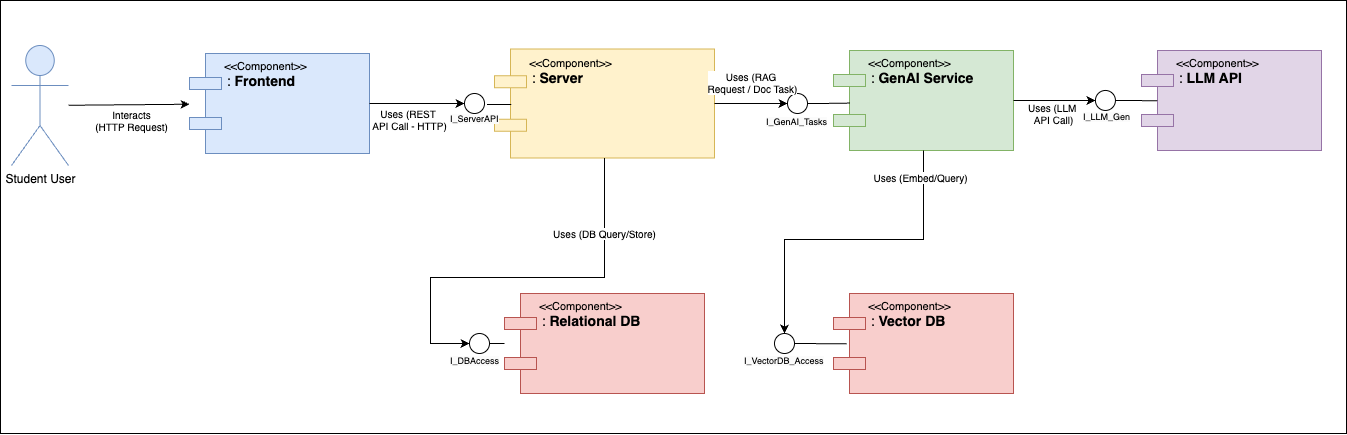
The draw.io diagram docs/component-diagram.png in AET-DevOps25/team-LECture-bot, before a commit. Source tidied: cells renumbered, new cells last; positions are measured from the earlier drawing's top-left corner, leaving out a move shared by most shapes.
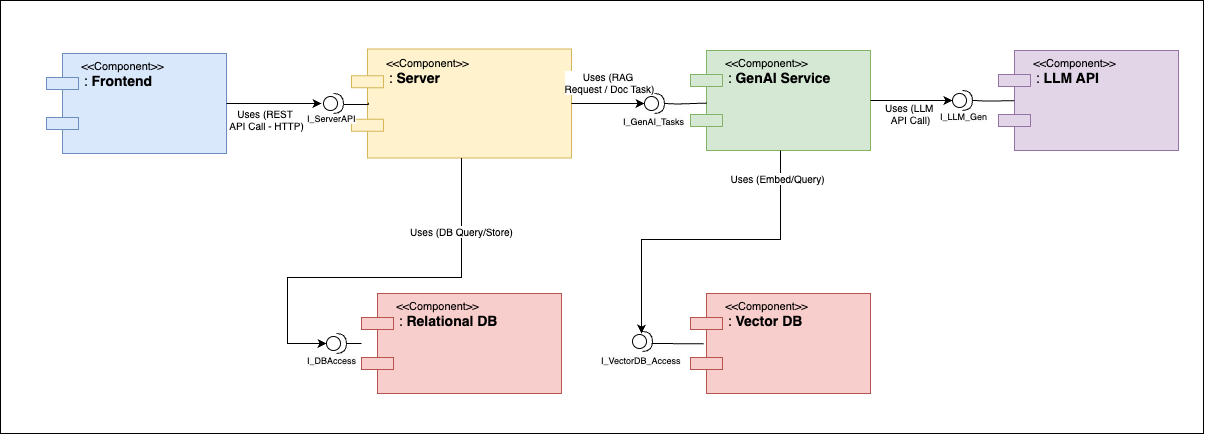
The same file after the commit.

Commit message:
docs: add interfaces symbols and remove users

#3

Change to the diagram source:
```diff
@@ -3,11 +3,8 @@
     <mxCell id="0" />
     <mxCell id="1" parent="0" />
     <mxCell id="2" style="rounded=0;whiteSpace=wrap;html=1;" parent="1" vertex="1">
-      <mxGeometry width="1346" height="433" as="geometry" />
+      <mxGeometry x="143" width="1203" height="433" as="geometry" />
     </mxCell>
-    <mxCell id="3" value="Student User" style="shape=umlActor;verticalLabelPosition=bottom;verticalAlign=top;html=1;outlineConnect=0;fillColor=#dae8fc;strokeColor=#6c8ebf;" parent="1" vertex="1">
-      <mxGeometry x="11" y="45" width="57" height="120" as="geometry" />
-    </mxCell>
     <mxCell id="4" value="&amp;nbsp; &amp;nbsp;&amp;lt;&amp;lt;Component&amp;gt;&amp;gt;&lt;div style=&quot;text-align: right; margin-right: 4px;&quot;&gt;&lt;/div&gt;&lt;div&gt;&lt;font style=&quot;font-size: 14px;&quot;&gt;&amp;nbsp; &amp;nbsp;: &lt;b style=&quot;&quot;&gt;Frontend&lt;/b&gt;&lt;/font&gt;&lt;/div&gt;" style="shape=component;whiteSpace=wrap;html=1;align=left;spacingLeft=24;fillColor=#dae8fc;strokeColor=#6c8ebf;verticalAlign=top;fontSize=11;" parent="1" vertex="1">
       <mxGeometry x="189" y="53" width="180" height="100" as="geometry" />
     </mxCell>
@@ -26,29 +23,14 @@
     <mxCell id="9" value="&lt;span style=&quot;color: rgb(0, 0, 0);&quot;&gt;&amp;nbsp; &amp;nbsp;&amp;lt;&amp;lt;Component&amp;gt;&amp;gt;&lt;/span&gt;&lt;div style=&quot;scrollbar-color: light-dark(#e2e2e2, #4b4b4b)&lt;br/&gt;&#9;&#9;&#9;&#9;&#9;light-dark(#fbfbfb, var(--dark-panel-color)); text-align: right; margin-right: 4px;&quot;&gt;&lt;/div&gt;&lt;div style=&quot;scrollbar-color: light-dark(#e2e2e2, #4b4b4b)&lt;br/&gt;&#9;&#9;&#9;&#9;&#9;light-dark(#fbfbfb, var(--dark-panel-color));&quot;&gt;&lt;font style=&quot;scrollbar-color: light-dark(#e2e2e2, #4b4b4b)&lt;br/&gt;&#9;&#9;&#9;&#9;&#9;light-dark(#fbfbfb, var(--dark-panel-color)); font-size: 14px;&quot;&gt;&amp;nbsp; &amp;nbsp;:&amp;nbsp;&lt;b style=&quot;scrollbar-color: light-dark(#e2e2e2, #4b4b4b)&lt;br/&gt;&#9;&#9;&#9;&#9;&#9;light-dark(#fbfbfb, var(--dark-panel-color));&quot;&gt;LLM API&lt;/b&gt;&lt;/font&gt;&lt;/div&gt;&lt;div style=&quot;text-align: right; margin-right: 4px;&quot;&gt;&lt;/div&gt;" style="shape=component;whiteSpace=wrap;html=1;align=left;spacingLeft=24;fillColor=#e1d5e7;strokeColor=#9673a6;verticalAlign=top;fontSize=11;" parent="1" vertex="1">
       <mxGeometry x="1141" y="50" width="180" height="100" as="geometry" />
     </mxCell>
-    <mxCell id="10" style="shape=ellipse;perimeter=ellipsePerimeter;whiteSpace=wrap;html=1;align=center;fontSize=9;fillColor=#FFFFFF;strokeColor=#000000;width=20;height=20;" parent="1" vertex="1">
-      <mxGeometry x="464" y="93" width="20" height="20" as="geometry" />
-    </mxCell>
-    <mxCell id="11" style="shape=ellipse;perimeter=ellipsePerimeter;whiteSpace=wrap;html=1;align=center;fontSize=9;fillColor=#FFFFFF;strokeColor=#000000;width=20;height=20;" parent="1" vertex="1">
-      <mxGeometry x="469" y="333" width="20" height="20" as="geometry" />
-    </mxCell>
-    <mxCell id="12" style="shape=ellipse;perimeter=ellipsePerimeter;whiteSpace=wrap;html=1;align=center;fontSize=9;fillColor=#FFFFFF;strokeColor=#000000;width=20;height=20;" parent="1" vertex="1">
-      <mxGeometry x="787" y="93" width="20" height="20" as="geometry" />
-    </mxCell>
-    <mxCell id="13" style="shape=ellipse;perimeter=ellipsePerimeter;whiteSpace=wrap;html=1;align=center;fontSize=9;fillColor=#FFFFFF;strokeColor=#000000;width=20;height=20;" parent="1" vertex="1">
-      <mxGeometry x="774" y="333" width="20" height="20" as="geometry" />
-    </mxCell>
-    <mxCell id="14" style="shape=ellipse;perimeter=ellipsePerimeter;whiteSpace=wrap;html=1;align=center;fontSize=9;fillColor=#FFFFFF;strokeColor=#000000;width=20;height=20;" parent="1" vertex="1">
-      <mxGeometry x="1094.9" y="90" width="20" height="20" as="geometry" />
-    </mxCell>
-    <mxCell id="15" value="Interacts&lt;div&gt;(HTTP Request)&lt;/div&gt;" style="endArrow=classic;html=1;rounded=0;fontSize=10;" parent="1" edge="1" source="3" target="4">
-      <mxGeometry x="0.02" y="-16" relative="1" as="geometry" />
-    </mxCell>
-    <mxCell id="16" value="Uses (REST&amp;nbsp;&lt;div&gt;API Call - HTTP)&lt;/div&gt;" style="endArrow=classic;html=1;rounded=0;entryX=0;entryY=0.5;entryDx=0;entryDy=0;exitX=1;exitY=0.5;exitDx=0;exitDy=0;fontSize=10;" parent="1" edge="1" source="4" target="10">
-      <mxGeometry x="-0.16" y="-16" relative="1" as="geometry" />
+    <mxCell id="16" value="Uses (REST&amp;nbsp;&lt;div&gt;API Call - HTTP)&lt;/div&gt;" style="endArrow=classic;html=1;rounded=0;entryX=0;entryY=0.5;entryDx=0;entryDy=0;exitX=1;exitY=0.5;exitDx=0;exitDy=0;fontSize=10;" parent="1" edge="1" source="4">
+      <mxGeometry x="-0.16" y="-16" relative="1" as="geometry">
+        <mxPoint x="464" y="103" as="targetPoint" />
+      </mxGeometry>
     </mxCell>
-    <mxCell id="17" value="Uses (DB Query/Store)" style="endArrow=classic;html=1;rounded=0;exitX=0.5;exitY=1;exitDx=0;exitDy=0;entryX=0;entryY=0.5;entryDx=0;entryDy=0;fontSize=10;edgeStyle=orthogonalEdgeStyle;" parent="1" edge="1" source="5" target="11">
+    <mxCell id="17" value="Uses (DB Query/Store)" style="endArrow=classic;html=1;rounded=0;exitX=0.5;exitY=1;exitDx=0;exitDy=0;entryX=0;entryY=0.5;entryDx=0;entryDy=0;fontSize=10;edgeStyle=orthogonalEdgeStyle;" parent="1" edge="1" source="5">
       <mxGeometry x="-0.63" relative="1" as="geometry">
+        <mxPoint x="469" y="343" as="targetPoint" />
         <Array as="points">
           <mxPoint x="604" y="277" />
           <mxPoint x="430" y="277" />
@@ -56,19 +38,24 @@
         </Array>
       </mxGeometry>
     </mxCell>
-    <mxCell id="18" value="Uses (RAG&amp;nbsp;&lt;div&gt;Request / Doc Task)&lt;/div&gt;" style="endArrow=classic;html=1;rounded=0;exitX=1;exitY=0.5;exitDx=0;exitDy=0;entryX=0;entryY=0.5;entryDx=0;entryDy=0;fontSize=10;edgeStyle=orthogonalEdgeStyle;" parent="1" edge="1" source="5" target="12">
-      <mxGeometry x="0.04" y="21" relative="1" as="geometry" />
+    <mxCell id="18" value="Uses (RAG&amp;nbsp;&lt;div&gt;Request / Doc Task)&lt;/div&gt;" style="endArrow=classic;html=1;rounded=0;exitX=1;exitY=0.5;exitDx=0;exitDy=0;entryX=0;entryY=0.5;entryDx=0;entryDy=0;fontSize=10;edgeStyle=orthogonalEdgeStyle;" parent="1" edge="1" source="5">
+      <mxGeometry x="0.04" y="21" relative="1" as="geometry">
+        <mxPoint x="787" y="103" as="targetPoint" />
+      </mxGeometry>
     </mxCell>
-    <mxCell id="19" value="Uses (Embed/Query)" style="endArrow=classic;html=1;rounded=0;exitX=0.5;exitY=1;exitDx=0;exitDy=0;entryX=0.5;entryY=0;entryDx=0;entryDy=0;fontSize=10;edgeStyle=orthogonalEdgeStyle;" parent="1" edge="1" source="6" target="13">
+    <mxCell id="19" value="Uses (Embed/Query)" style="endArrow=classic;html=1;rounded=0;exitX=0.5;exitY=1;exitDx=0;exitDy=0;entryX=0.5;entryY=0;entryDx=0;entryDy=0;fontSize=10;edgeStyle=orthogonalEdgeStyle;" parent="1" edge="1" source="6">
       <mxGeometry x="-0.82" y="-3" relative="1" as="geometry">
+        <mxPoint x="784" y="333" as="targetPoint" />
         <Array as="points">
           <mxPoint x="923" y="239" />
           <mxPoint x="784" y="239" />
         </Array>
       </mxGeometry>
     </mxCell>
-    <mxCell id="20" value="Uses (LLM&amp;nbsp;&lt;div&gt;API Call)&lt;/div&gt;" style="endArrow=classic;html=1;rounded=0;exitX=1;exitY=0.5;exitDx=0;exitDy=0;entryX=0;entryY=0.5;entryDx=0;entryDy=0;fontSize=10;" parent="1" edge="1" source="6" target="14">
-      <mxGeometry x="-0.02" y="-13" relative="1" as="geometry" />
+    <mxCell id="20" value="Uses (LLM&amp;nbsp;&lt;div&gt;API Call)&lt;/div&gt;" style="endArrow=classic;html=1;rounded=0;exitX=1;exitY=0.5;exitDx=0;exitDy=0;entryX=0;entryY=0.5;entryDx=0;entryDy=0;fontSize=10;" parent="1" edge="1" source="6">
+      <mxGeometry x="-0.02" y="-13" relative="1" as="geometry">
+        <mxPoint x="1094.9" y="100" as="targetPoint" />
+      </mxGeometry>
     </mxCell>
     <mxCell id="21" style="endArrow=none;html=1;rounded=0;fontSize=10;entryX=0.076;entryY=0.492;entryDx=0;entryDy=0;exitX=0.5;exitY=0;exitDx=0;exitDy=0;edgeStyle=orthogonalEdgeStyle;entryPerimeter=0;" parent="1" edge="1" source="28" target="5">
       <mxGeometry relative="1" as="geometry">
@@ -77,17 +64,25 @@
         </Array>
       </mxGeometry>
     </mxCell>
-    <mxCell id="22" style="endArrow=none;html=1;rounded=0;fontSize=10;entryX=0;entryY=0.5;entryDx=0;entryDy=0;exitX=1;exitY=0.5;exitDx=0;exitDy=0;" parent="1" edge="1" source="11" target="7">
-      <mxGeometry relative="1" as="geometry" />
+    <mxCell id="22" style="endArrow=none;html=1;rounded=0;fontSize=10;entryX=0;entryY=0.5;entryDx=0;entryDy=0;exitX=1;exitY=0.5;exitDx=0;exitDy=0;" parent="1" edge="1" target="7">
+      <mxGeometry relative="1" as="geometry">
+        <mxPoint x="489" y="343" as="sourcePoint" />
+      </mxGeometry>
     </mxCell>
-    <mxCell id="23" style="endArrow=none;html=1;rounded=0;fontSize=10;entryX=0.091;entryY=0.526;entryDx=0;entryDy=0;exitX=1;exitY=0.5;exitDx=0;exitDy=0;edgeStyle=orthogonalEdgeStyle;entryPerimeter=0;" parent="1" edge="1" source="12" target="6">
-      <mxGeometry relative="1" as="geometry" />
+    <mxCell id="23" style="endArrow=none;html=1;rounded=0;fontSize=10;entryX=0.091;entryY=0.526;entryDx=0;entryDy=0;exitX=1;exitY=0.5;exitDx=0;exitDy=0;edgeStyle=orthogonalEdgeStyle;entryPerimeter=0;" parent="1" edge="1" target="6">
+      <mxGeometry relative="1" as="geometry">
+        <mxPoint x="807" y="103" as="sourcePoint" />
+      </mxGeometry>
     </mxCell>
-    <mxCell id="24" style="endArrow=none;html=1;rounded=0;fontSize=10;entryX=0.074;entryY=0.503;entryDx=0;entryDy=0;exitX=1;exitY=0.5;exitDx=0;exitDy=0;entryPerimeter=0;" parent="1" edge="1" source="13" target="8">
-      <mxGeometry relative="1" as="geometry" />
+    <mxCell id="24" style="endArrow=none;html=1;rounded=0;fontSize=10;entryX=0.074;entryY=0.503;entryDx=0;entryDy=0;exitX=1;exitY=0.5;exitDx=0;exitDy=0;entryPerimeter=0;" parent="1" edge="1" target="8">
+      <mxGeometry relative="1" as="geometry">
+        <mxPoint x="794" y="343" as="sourcePoint" />
+      </mxGeometry>
     </mxCell>
-    <mxCell id="25" style="endArrow=none;html=1;rounded=0;fontSize=10;entryX=0.088;entryY=0.503;entryDx=0;entryDy=0;exitX=1;exitY=0.5;exitDx=0;exitDy=0;edgeStyle=orthogonalEdgeStyle;entryPerimeter=0;" parent="1" edge="1" source="14" target="9">
-      <mxGeometry relative="1" as="geometry" />
+    <mxCell id="25" style="endArrow=none;html=1;rounded=0;fontSize=10;entryX=0.088;entryY=0.503;entryDx=0;entryDy=0;exitX=1;exitY=0.5;exitDx=0;exitDy=0;edgeStyle=orthogonalEdgeStyle;entryPerimeter=0;" parent="1" edge="1" target="9">
+      <mxGeometry relative="1" as="geometry">
+        <mxPoint x="1114.9" y="100" as="sourcePoint" />
+      </mxGeometry>
     </mxCell>
     <mxCell id="26" value="&lt;span style=&quot;color: rgb(0, 0, 0); font-family: Helvetica; font-size: 9px; font-style: normal; font-variant-ligatures: normal; font-variant-caps: normal; font-weight: 400; letter-spacing: normal; orphans: 2; text-align: center; text-indent: 0px; text-transform: none; widows: 2; word-spacing: 0px; -webkit-text-stroke-width: 0px; white-space: normal; background-color: rgb(251, 251, 251); text-decoration-thickness: initial; text-decoration-style: initial; text-decoration-color: initial; display: inline !important; float: none;&quot;&gt;I_DBAccess&lt;/span&gt;" style="text;whiteSpace=wrap;html=1;" parent="1" vertex="1">
       <mxGeometry x="448" y="346" width="77" height="36" as="geometry" />
@@ -104,5 +99,20 @@
     <mxCell id="30" value="&lt;span style=&quot;color: rgb(0, 0, 0); font-family: Helvetica; font-size: 9px; font-style: normal; font-variant-ligatures: normal; font-variant-caps: normal; font-weight: 400; letter-spacing: normal; orphans: 2; text-align: center; text-indent: 0px; text-transform: none; widows: 2; word-spacing: 0px; -webkit-text-stroke-width: 0px; white-space: normal; background-color: rgb(251, 251, 251); text-decoration-thickness: initial; text-decoration-style: initial; text-decoration-color: initial; display: inline !important; float: none;&quot;&gt;I_LLM_Gen&lt;/span&gt;" style="text;whiteSpace=wrap;html=1;" parent="1" vertex="1">
       <mxGeometry x="1081" y="102" width="52" height="36" as="geometry" />
     </mxCell>
+    <mxCell id="31" style="shape=providedRequiredInterface;html=1;verticalLabelPosition=bottom;sketch=0;" parent="1" vertex="1">
+      <mxGeometry x="466" y="93" width="20" height="20" as="geometry" />
+    </mxCell>
+    <mxCell id="32" style="shape=providedRequiredInterface;html=1;verticalLabelPosition=bottom;sketch=0;" parent="1" vertex="1">
+      <mxGeometry x="787" y="93" width="20" height="20" as="geometry" />
+    </mxCell>
+    <mxCell id="33" style="shape=providedRequiredInterface;html=1;verticalLabelPosition=bottom;sketch=0;" parent="1" vertex="1">
+      <mxGeometry x="1095" y="90" width="20" height="20" as="geometry" />
+    </mxCell>
+    <mxCell id="34" style="shape=providedRequiredInterface;html=1;verticalLabelPosition=bottom;sketch=0;" parent="1" vertex="1">
+      <mxGeometry x="469" y="333" width="20" height="20" as="geometry" />
+    </mxCell>
+    <mxCell id="35" style="shape=providedRequiredInterface;html=1;verticalLabelPosition=bottom;sketch=0;" parent="1" vertex="1">
+      <mxGeometry x="775" y="331" width="20" height="20" as="geometry" />
+    </mxCell>
   </root>
 </mxGraphModel>
```
